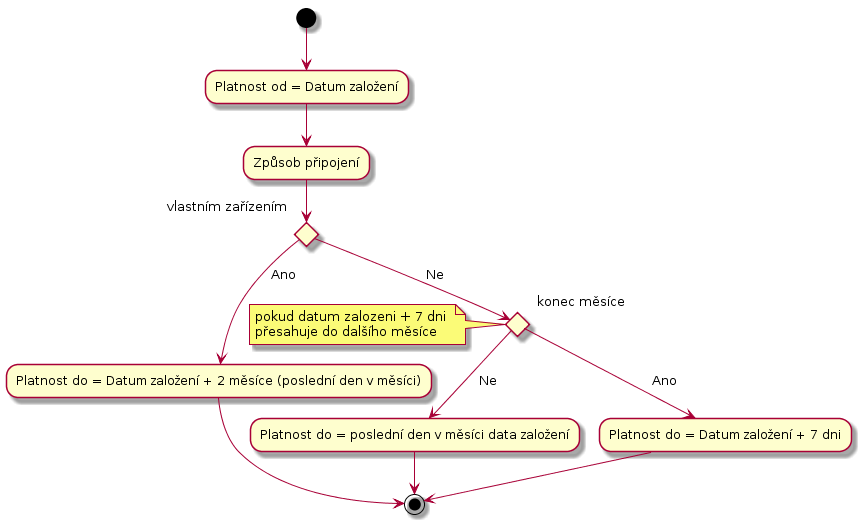
This is www/images/diagram-free.png from HKFree/UserDB, a PlantUML export, as it was before one commit. Its diagram source:
```plantuml
@startuml
(*) --> "Platnost od = Datum zalo?ení"
--> "Zp?sob p?ipojení"
If "vlastním za?ízením" then
--> [Ano] "Platnost do = Datum zalo?ení + 2 m?síce (poslední den v m?síci)"
--> (*)
else
[Ne] If "konec m?síce" then
note left
 pokud datum zalozeni + 7 dni
 p?esahuje do dal?ího m?síce
end note
--> [Ano] "Platnost do = Datum zalo?ení + 7 dni"
--> (*)
else
--> [Ne] "Platnost do = poslední den v m?síci data zalo?ení"
Endif
Endif
-->(*)
@enduml
```
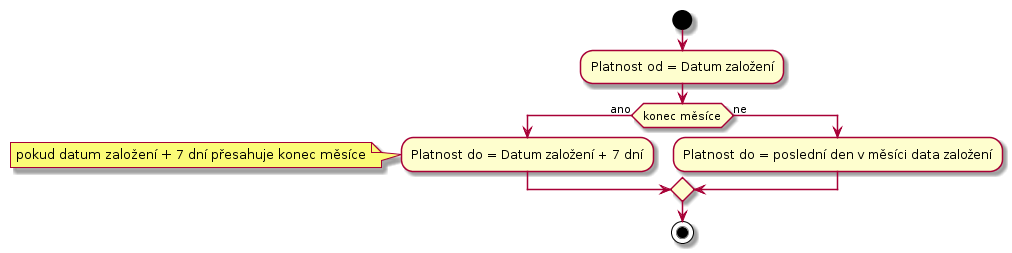
The same diagram one commit later.

Commit message:
novy diagram platnosti

Diff of the diagram source:
```diff
@@ -1,20 +1,19 @@
 @startuml
-(*) --> "Platnost od = Datum zalo?ení"
---> "Zp?sob p?ipojení"
-If "vlastním za?ízením" then
---> [Ano] "Platnost do = Datum zalo?ení + 2 m?síce (poslední den v m?síci)"
---> (*)
-else
-[Ne] If "konec m?síce" then
-note left
- pokud datum zalozeni + 7 dni
- p?esahuje do dal?ího m?síce
-end note
---> [Ano] "Platnost do = Datum zalo?ení + 7 dni"
---> (*)
-else
---> [Ne] "Platnost do = poslední den v m?síci data zalo?ení"
-Endif
-Endif
--->(*)
+start
+
+:Platnost od = Datum založení;
+
+
+
+if (konec měsíce) then (ano)
+  :Platnost do = Datum založení + 7 dní;
+  note left
+    pokud datum založení + 7 dní přesahuje konec měsíce
+  end note
+else (ne)
+  :Platnost do = poslední den v měsíci data založení;
+endif
+
+
+stop
 @enduml
```
